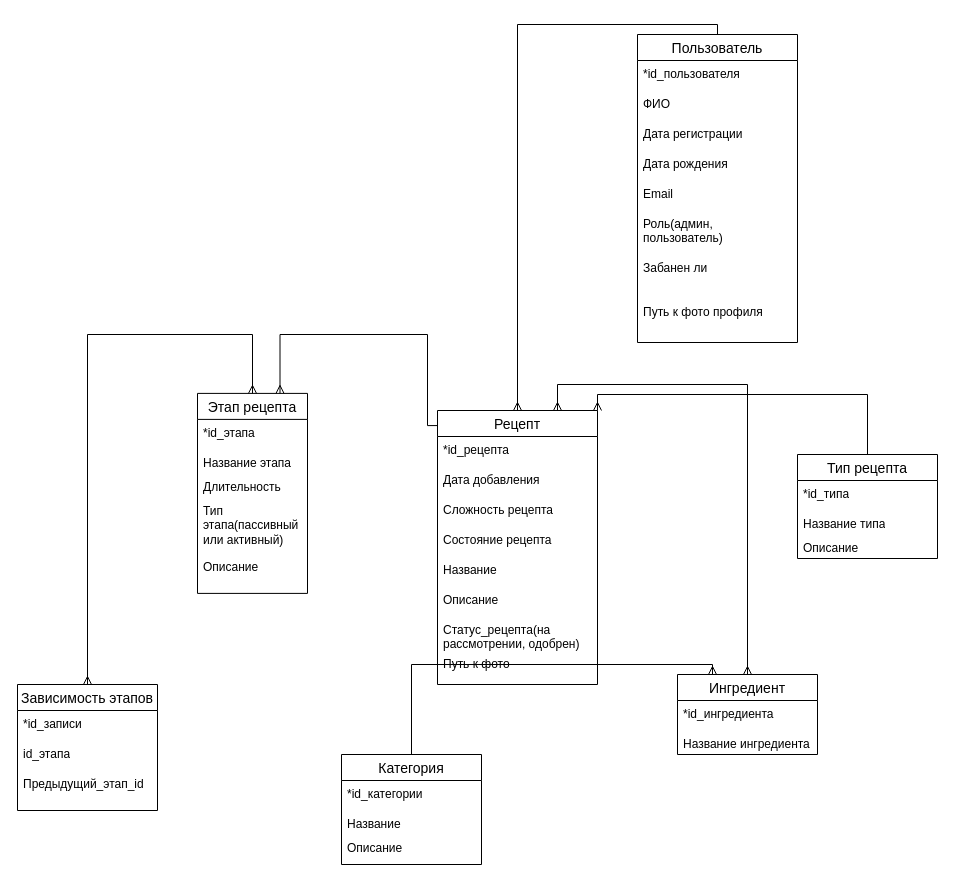
pestlain34/A_Graph-Based_System_for_Intelligent_Culinary_Process_Sequencing keeps this draw.io diagram as doc/erd.drawio. Above is the earlier version. Source tidied: cells renumbered, new cells numbered last; positions are measured from the earlier drawing's top-left corner, leaving out a move shared by most shapes. Both pictures are drawn from the tidied source at 100%, with x=0, y=0 at pixel (17, 34).
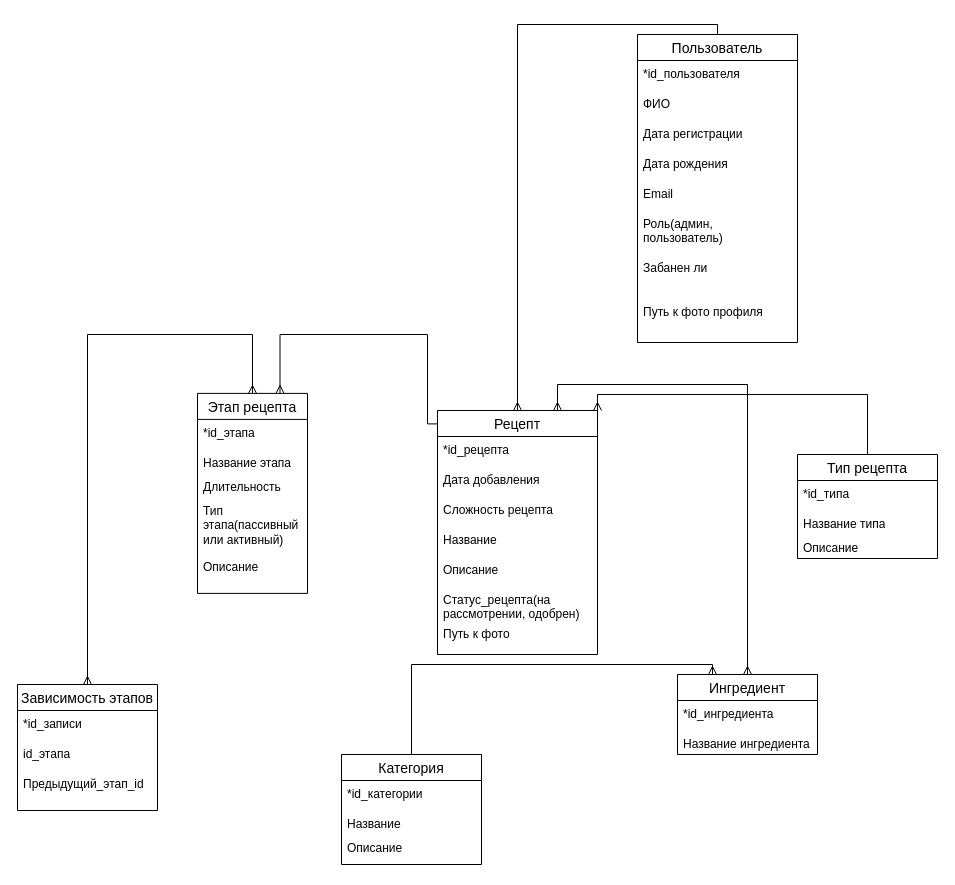
The same page after the edit.

Diff of the diagram source:
```diff
@@
     <mxCell id="11" value="Рецепт" style="swimlane;fontStyle=0;horizontal=1;startSize=26;align=center;fontSize=14;" parent="1" vertex="1">
-      <mxGeometry x="420" y="376" width="160" height="274" as="geometry" />
+      <mxGeometry x="420" y="376" width="160" height="244" as="geometry" />
     </mxCell>
@@
-    <mxCell id="15" value="Состояние рецепта" style="text;strokeColor=none;fillColor=none;spacingLeft=4;spacingRight=4;overflow=hidden;fontSize=12;whiteSpace=wrap;html=1;" parent="11" vertex="1">
-      <mxGeometry y="116" width="160" height="30" as="geometry" />
-    </mxCell>
     <mxCell id="16" value="Название" style="text;strokeColor=none;fillColor=none;spacingLeft=4;spacingRight=4;overflow=hidden;fontSize=12;whiteSpace=wrap;html=1;" parent="11" vertex="1">
-      <mxGeometry y="146" width="160" height="30" as="geometry" />
+      <mxGeometry y="116" width="160" height="30" as="geometry" />
     </mxCell>
     <mxCell id="17" value="Описание" style="text;strokeColor=none;fillColor=none;spacingLeft=4;spacingRight=4;overflow=hidden;fontSize=12;whiteSpace=wrap;html=1;" parent="11" vertex="1">
-      <mxGeometry y="176" width="160" height="30" as="geometry" />
+      <mxGeometry y="146" width="160" height="30" as="geometry" />
     </mxCell>
     <mxCell id="18" value="Статус_рецепта(на рассмотрении, одобрен)" style="text;strokeColor=none;fillColor=none;spacingLeft=4;spacingRight=4;overflow=hidden;fontSize=12;whiteSpace=wrap;html=1;" parent="11" vertex="1">
-      <mxGeometry y="206" width="160" height="34" as="geometry" />
+      <mxGeometry y="176" width="160" height="34" as="geometry" />
     </mxCell>
     <mxCell id="19" value="Путь к фото&amp;nbsp;" style="text;strokeColor=none;fillColor=none;spacingLeft=4;spacingRight=4;overflow=hidden;fontSize=12;whiteSpace=wrap;html=1;" parent="11" vertex="1">
-      <mxGeometry y="240" width="160" height="34" as="geometry" />
+      <mxGeometry y="210" width="160" height="34" as="geometry" />
     </mxCell>
```
